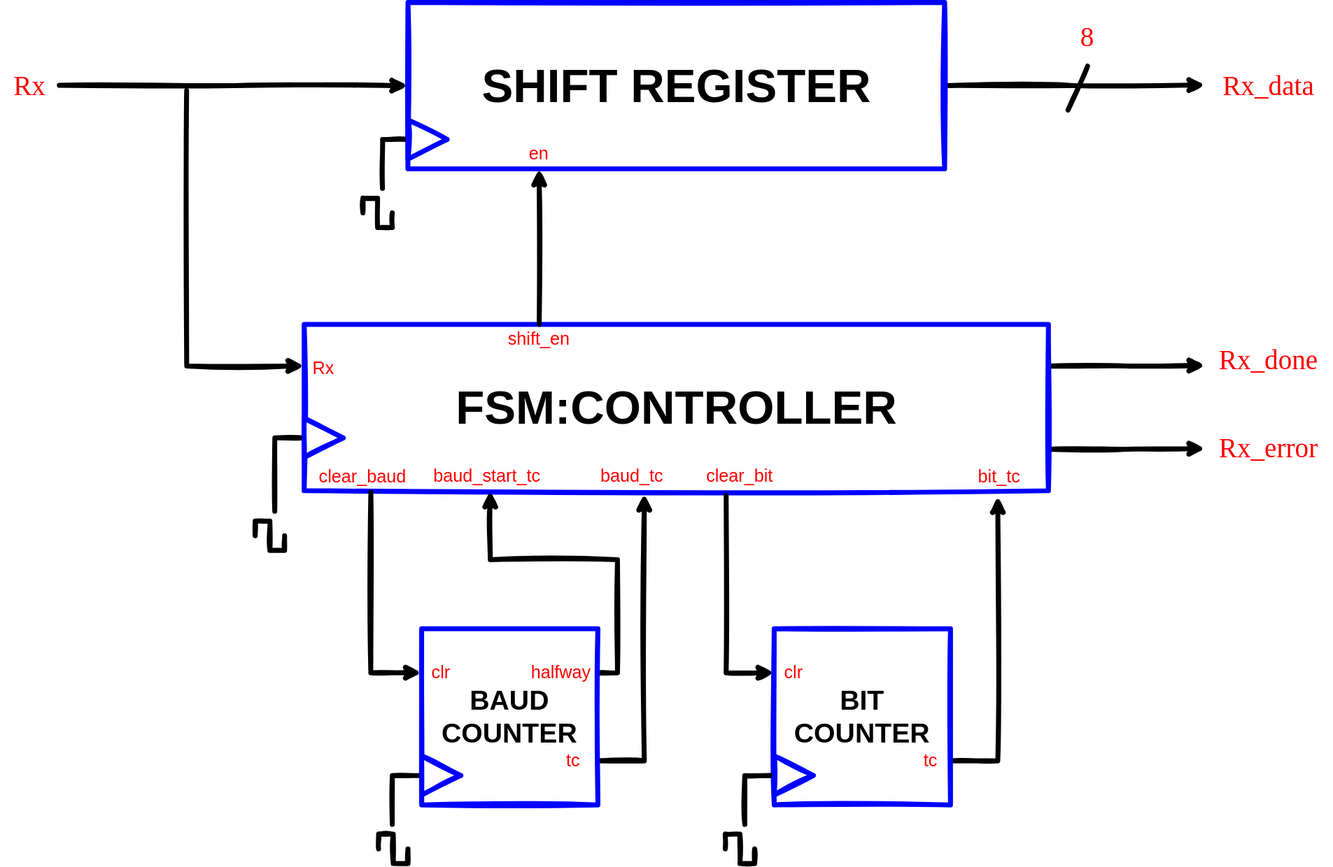
Above: diagrams/Receiver/Receiver RTL Design.drawio.svg in mubbie/es31-wordle (draw.io), before the change. Source tidied: cells renumbered, new cells last; positions are measured from the earlier drawing's top-left corner, leaving out a move shared by most shapes.
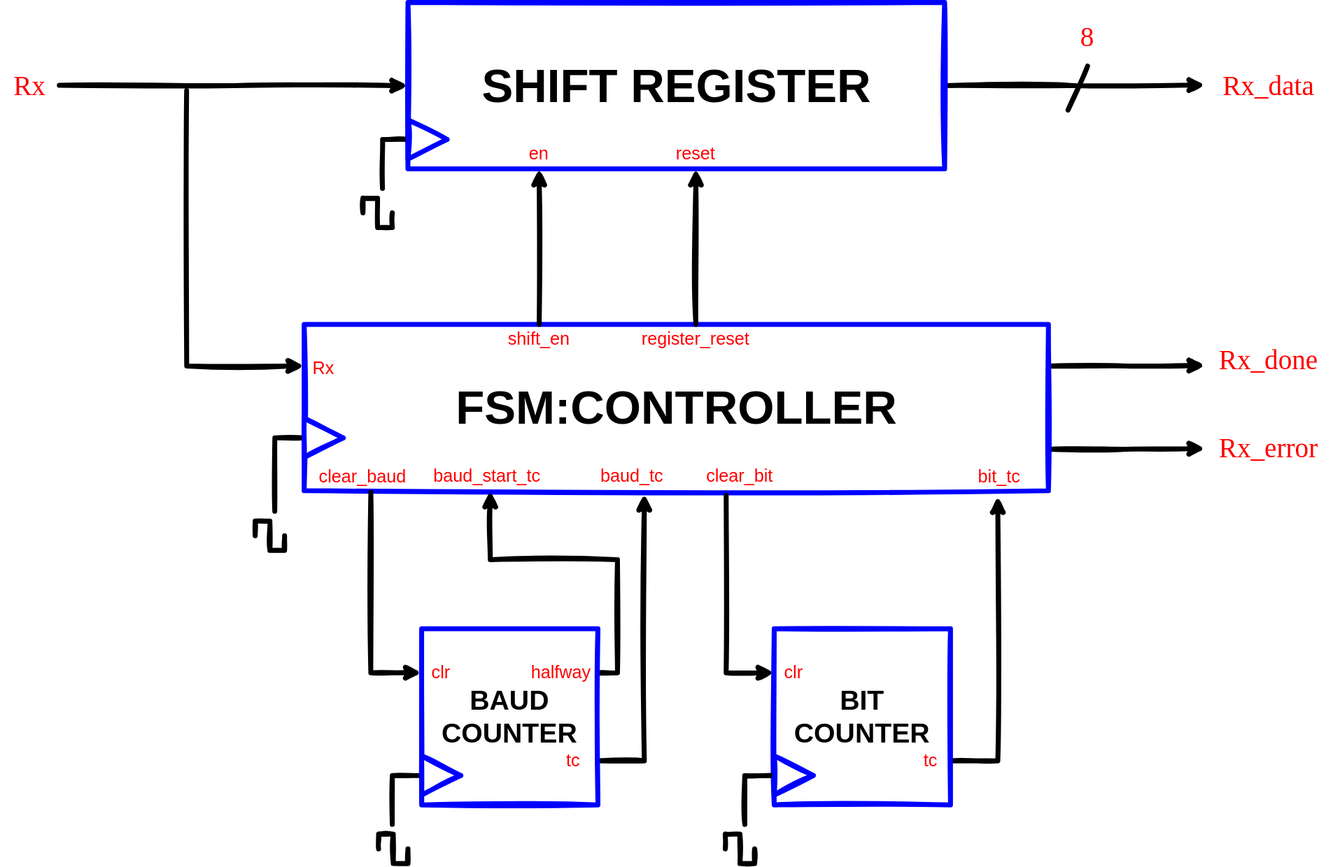
After the change.

The edit, as a diff of the source:
```diff
@@ -182,5 +182,14 @@
     <mxCell id="51" value="&lt;font style=&quot;font-size: 18px;&quot;&gt;Rx&lt;/font&gt;" style="text;html=1;strokeColor=none;fillColor=none;align=center;verticalAlign=middle;whiteSpace=wrap;rounded=0;sketch=1;fontSize=16;fontColor=#FF0000;" parent="1" vertex="1">
       <mxGeometry x="318" y="359" width="24" height="30" as="geometry" />
     </mxCell>
+    <mxCell id="52" value="&lt;font style=&quot;font-size: 18px;&quot;&gt;reset&lt;/font&gt;" style="text;html=1;strokeColor=none;fillColor=none;align=center;verticalAlign=middle;whiteSpace=wrap;rounded=0;sketch=1;fontSize=16;fontColor=#FF0000;" parent="1" vertex="1">
+      <mxGeometry x="660" y="140" width="100" height="30" as="geometry" />
+    </mxCell>
+    <mxCell id="53" style="edgeStyle=orthogonalEdgeStyle;rounded=0;jettySize=auto;html=1;exitX=0.5;exitY=0;exitDx=0;exitDy=0;entryX=0.5;entryY=1;entryDx=0;entryDy=0;strokeWidth=5;sketch=1;" parent="1" edge="1" source="54" target="52">
+      <mxGeometry relative="1" as="geometry" />
+    </mxCell>
+    <mxCell id="54" value="&lt;font style=&quot;font-size: 18px;&quot;&gt;register_reset&lt;/font&gt;" style="text;html=1;strokeColor=none;fillColor=none;align=center;verticalAlign=middle;whiteSpace=wrap;rounded=0;sketch=1;fontSize=16;fontColor=#FF0000;" parent="1" vertex="1">
+      <mxGeometry x="640" y="329" width="140" height="30" as="geometry" />
+    </mxCell>
   </root>
 </mxGraphModel>
```
